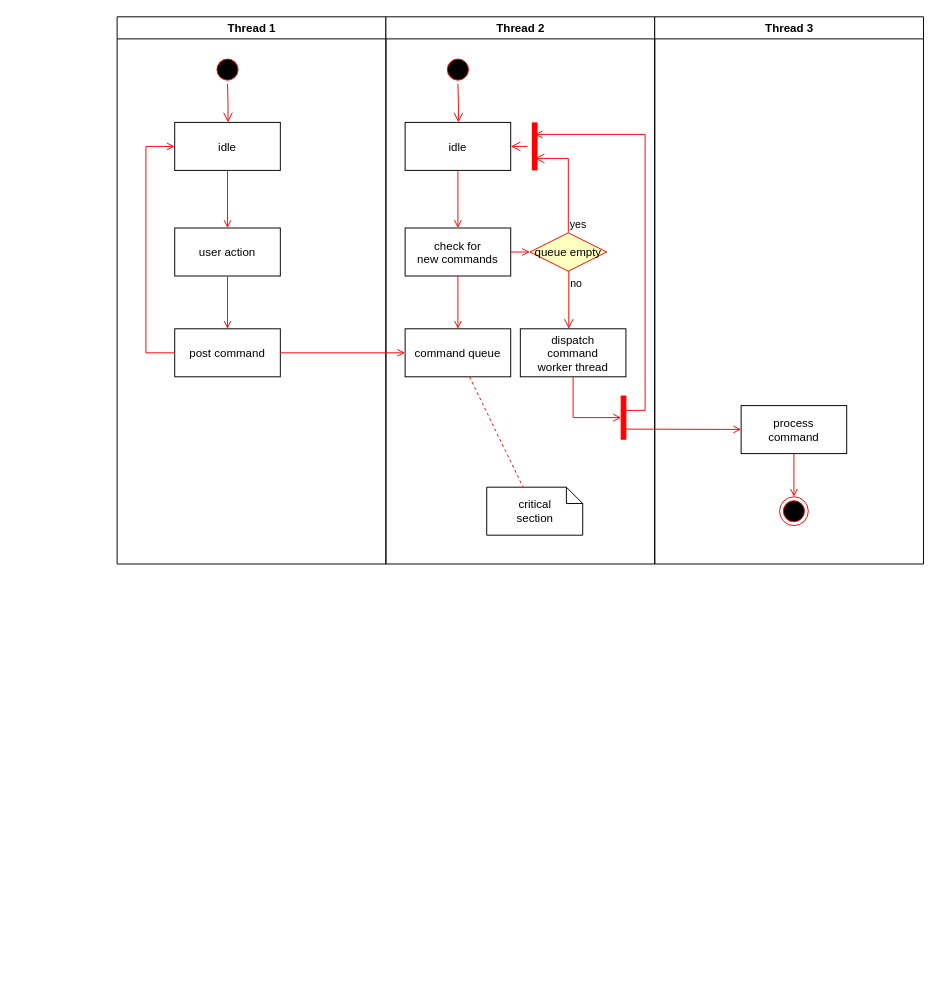
This is Untitled Diagram.drawio from 416207298/shell, a draw.io file, before an edit. Source tidied: cells renumbered, new cells numbered last; positions are measured from the earlier drawing's top-left corner, leaving out a move shared by most shapes. Both pictures are drawn from the tidied source at 96%, with x=0, y=0 at pixel (116, 16).
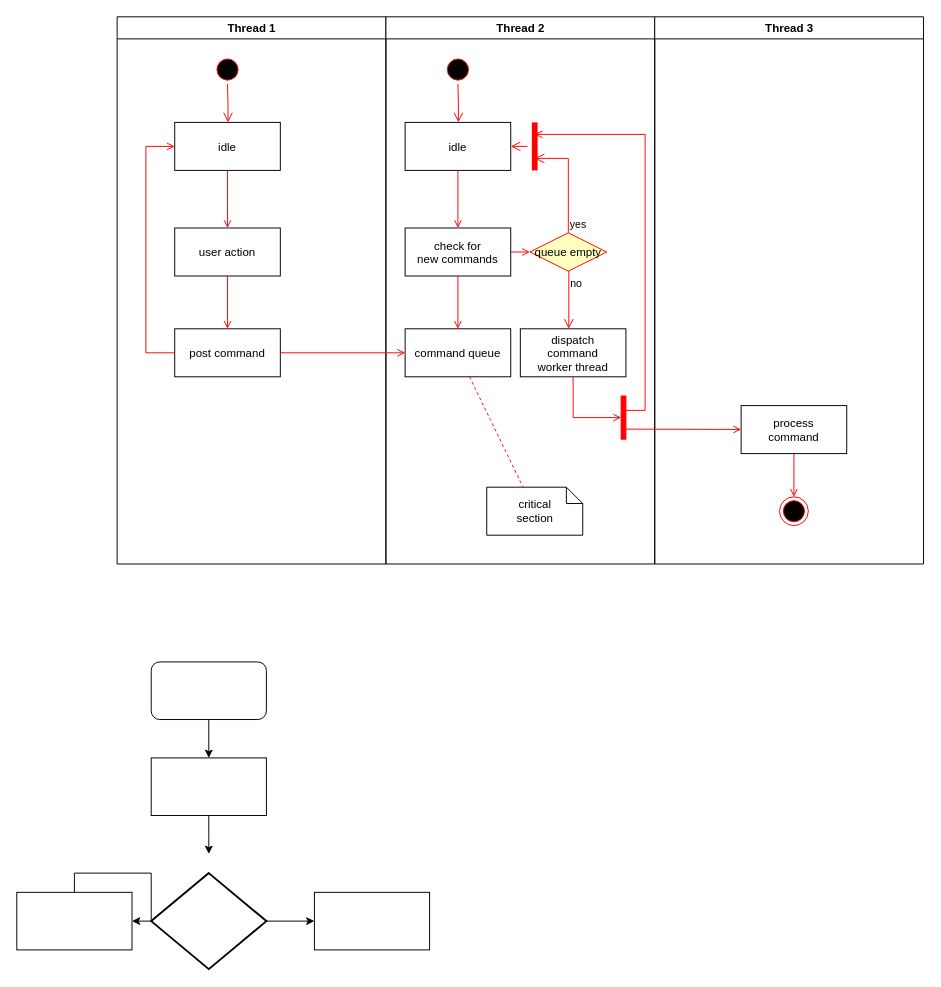
The same diagram, later.

What changed in the source:
```diff
@@
+    <mxCell id="37" style="edgeStyle=orthogonalEdgeStyle;rounded=0;jettySize=auto;html=1;exitX=0.5;exitY=1;exitDx=0;exitDy=0;" parent="1" edge="1" source="38" target="40">
+      <mxGeometry relative="1" as="geometry" />
+    </mxCell>
+    <mxCell id="38" style="rounded=1;whiteSpace=wrap;html=1;" parent="1" vertex="1">
+      <mxGeometry x="36" y="672" width="120" height="60" as="geometry" />
+    </mxCell>
+    <mxCell id="39" style="edgeStyle=orthogonalEdgeStyle;rounded=0;jettySize=auto;html=1;exitX=0.5;exitY=1;exitDx=0;exitDy=0;" parent="1" edge="1" source="40">
+      <mxGeometry relative="1" as="geometry">
+        <mxPoint x="96" y="872" as="targetPoint" />
+      </mxGeometry>
+    </mxCell>
+    <mxCell id="40" style="rounded=0;whiteSpace=wrap;html=1;" parent="1" vertex="1">
+      <mxGeometry x="36" y="772" width="120" height="60" as="geometry" />
+    </mxCell>
+    <mxCell id="41" style="rounded=0;whiteSpace=wrap;html=1;" parent="1" vertex="1">
+      <mxGeometry x="206" y="912" width="120" height="60" as="geometry" />
+    </mxCell>
+    <mxCell id="42" style="rounded=0;whiteSpace=wrap;html=1;" parent="1" vertex="1">
+      <mxGeometry x="-104" y="912" width="120" height="60" as="geometry" />
+    </mxCell>
+    <mxCell id="43" style="edgeStyle=orthogonalEdgeStyle;rounded=0;jettySize=auto;html=1;entryX=0;entryY=0.5;entryDx=0;entryDy=0;" parent="1" edge="1" source="44" target="41">
+      <mxGeometry relative="1" as="geometry" />
+    </mxCell>
+    <mxCell id="44" style="strokeWidth=2;html=1;shape=mxgraph.flowchart.decision;whiteSpace=wrap;" parent="1" vertex="1">
+      <mxGeometry x="36" y="892" width="120" height="100" as="geometry" />
+    </mxCell>
+    <mxCell id="45" style="edgeStyle=orthogonalEdgeStyle;rounded=0;orthogonalLoop=1;jettySize=auto;html=1;entryX=1;entryY=0.5;entryDx=0;entryDy=0;" parent="1" edge="1" source="42" target="42">
+      <mxGeometry relative="1" as="geometry" />
+    </mxCell>
```
